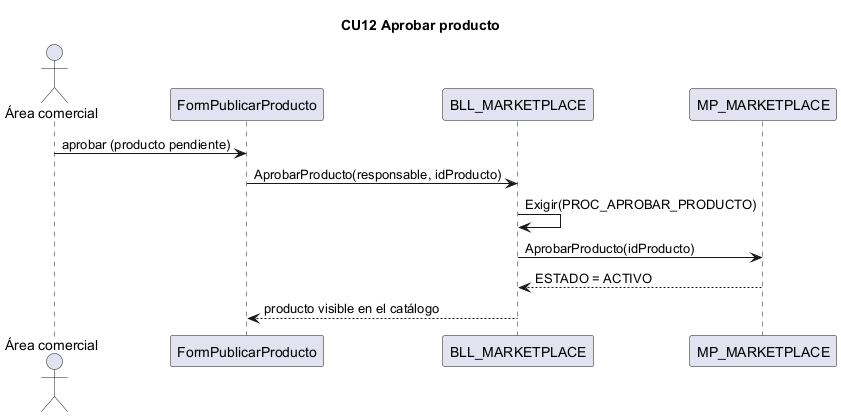
Before: docs/diagramas/secuencias_png/CU12.png, a diagram exported from PlantUML (L-Muniz/uai-diploma_2026). Its diagram source:
```plantuml
@startuml CU12
title CU12 Aprobar producto
actor "Área comercial" as Area
participant "FormPublicarProducto" as IU
participant "BLL_MARKETPLACE" as BLL
participant "MP_MARKETPLACE" as DAL
Area -> IU : aprobar (producto pendiente)
IU -> BLL : AprobarProducto(responsable, idProducto)
BLL -> BLL : Exigir(PROC_APROBAR_PRODUCTO)
BLL -> DAL : AprobarProducto(idProducto)
DAL --> BLL : ESTADO = ACTIVO
BLL --> IU : producto visible en el catálogo
@enduml
```
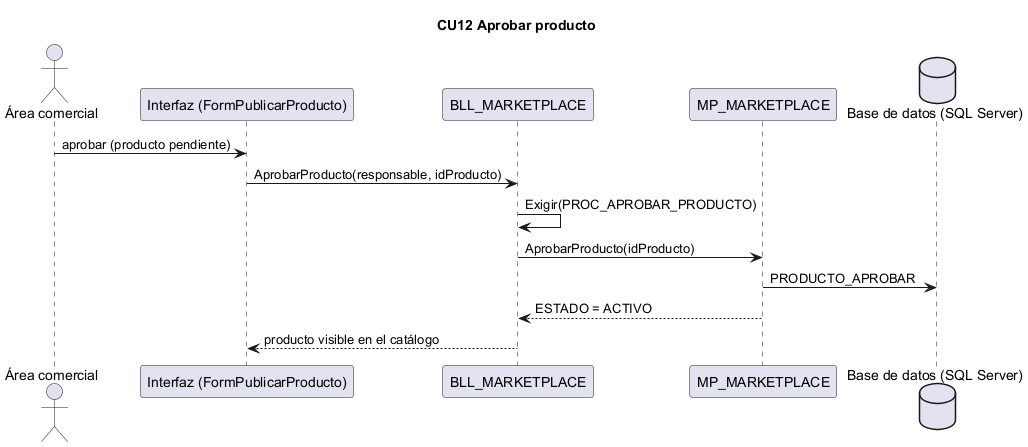
After the change.

What changed in the source:
```diff
@@ -1,13 +1,15 @@
 @startuml CU12
 title CU12 Aprobar producto
 actor "Área comercial" as Area
-participant "FormPublicarProducto" as IU
+participant "Interfaz (FormPublicarProducto)" as IU
 participant "BLL_MARKETPLACE" as BLL
 participant "MP_MARKETPLACE" as DAL
+database "Base de datos (SQL Server)" as BD
 Area -> IU : aprobar (producto pendiente)
 IU -> BLL : AprobarProducto(responsable, idProducto)
 BLL -> BLL : Exigir(PROC_APROBAR_PRODUCTO)
 BLL -> DAL : AprobarProducto(idProducto)
+DAL -> BD : PRODUCTO_APROBAR
 DAL --> BLL : ESTADO = ACTIVO
 BLL --> IU : producto visible en el catálogo
 @enduml
```
